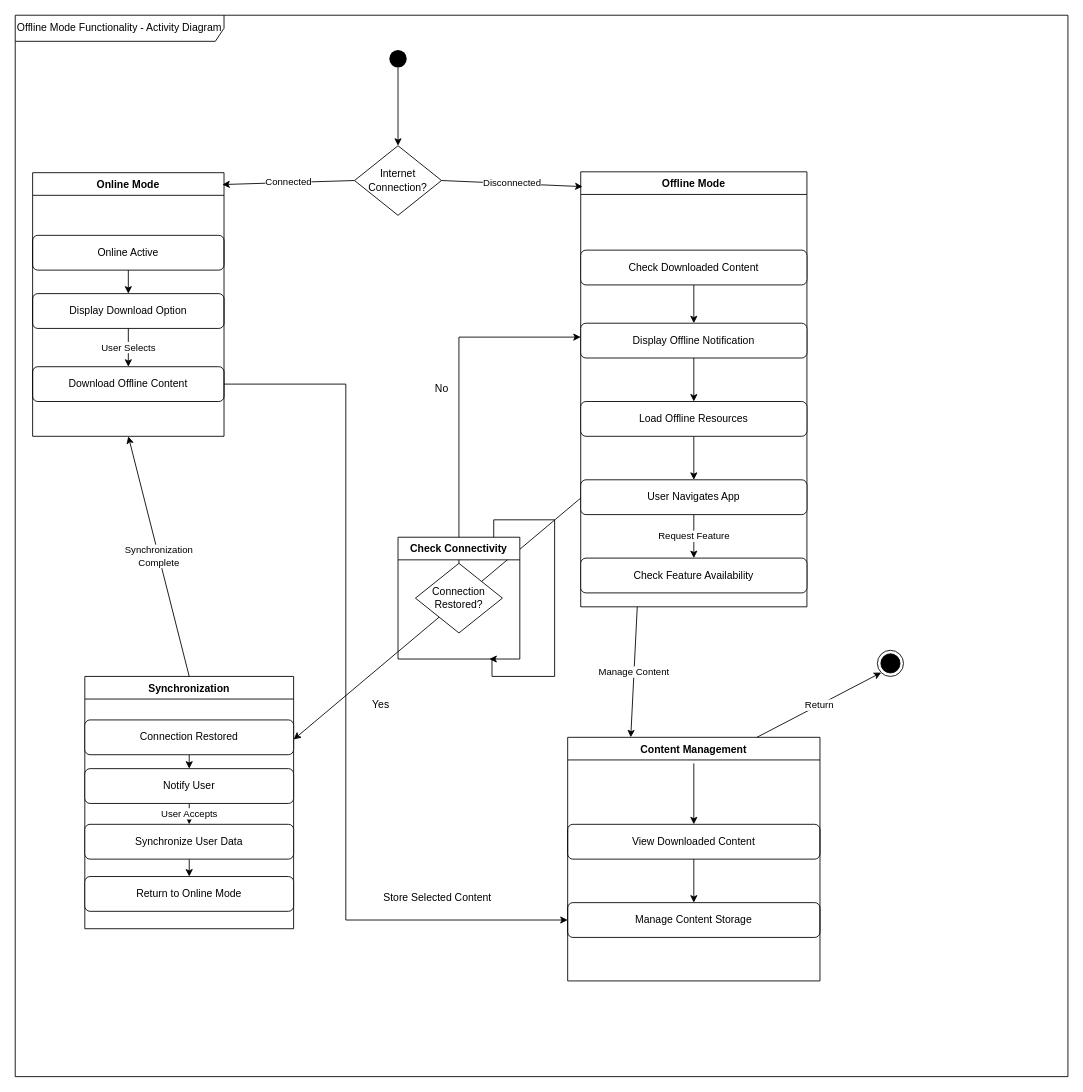
Before: Activity Diagrams/Offline Mode Functionality - Activity Diagram.drawio in gsklaven/MusePath, a draw.io diagram. Source tidied: cells renumbered, new cells numbered last; positions are measured from the earlier drawing's top-left corner, leaving out a move shared by most shapes. Both pictures are drawn from the tidied source at 87%, with x=0, y=0 at pixel (15, 15).
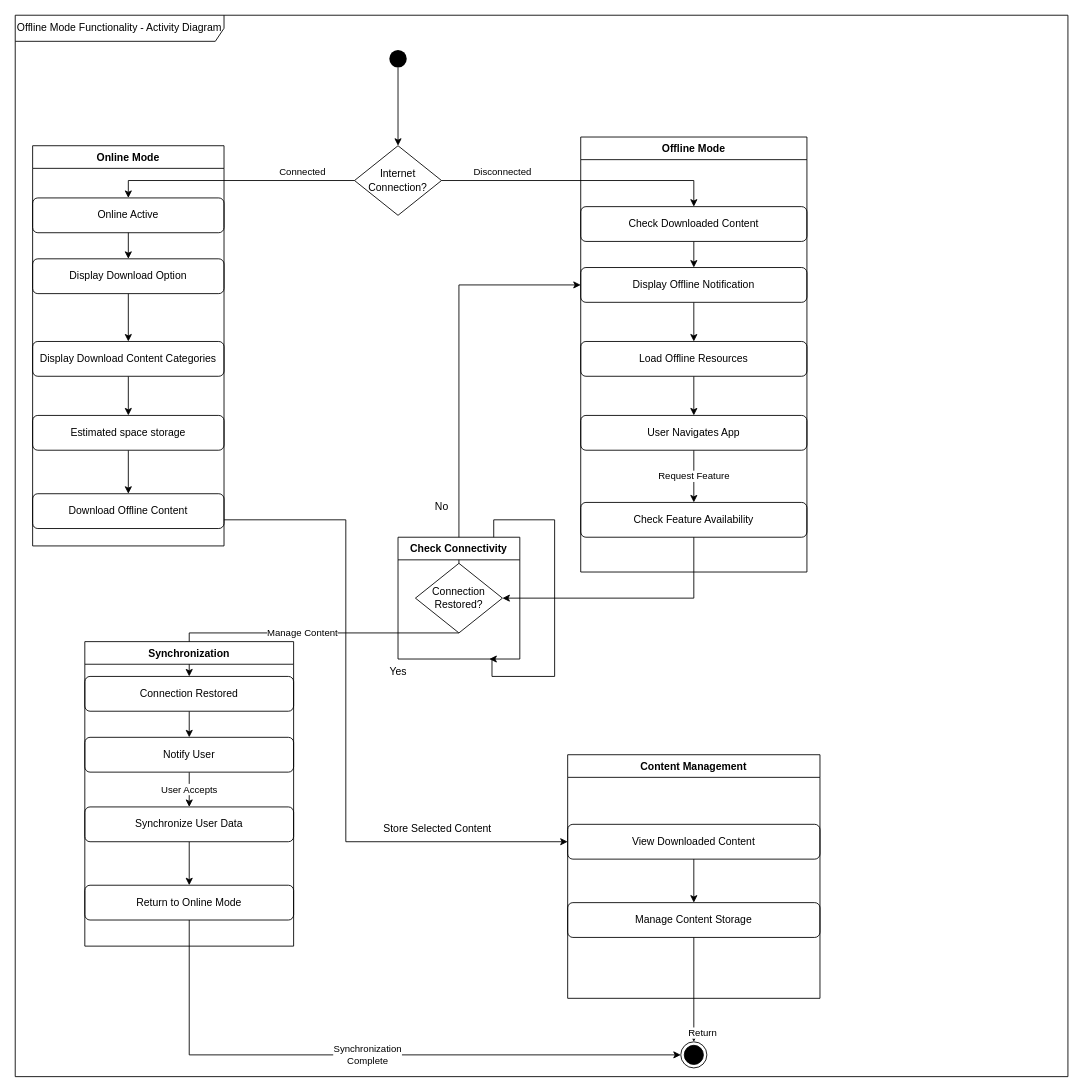
Above is the later version.

Unchanged cells that the change refers to:
```xml
<mxCell id="13" value="Manage Content Storage" style="rounded=1;whiteSpace=wrap;html=1;" parent="2" vertex="1">
  <mxGeometry x="635" y="1020" width="290" height="40" as="geometry" />
</mxCell>
<mxCell id="14" value="View Downloaded Content" style="rounded=1;whiteSpace=wrap;html=1;" parent="2" vertex="1">
  <mxGeometry x="635" y="930" width="290" height="40" as="geometry" />
</mxCell>
<mxCell id="30" value="Internet&#10;Connection?" style="rhombus;whiteSpace=wrap;html=1;" parent="2" vertex="1">
  <mxGeometry x="390" y="150" width="100" height="80" as="geometry" />
</mxCell>
<mxCell id="42" value="Connection&lt;br&gt;Restored?" style="rhombus;whiteSpace=wrap;html=1;" parent="2" vertex="1">
  <mxGeometry x="460" y="630" width="100" height="80" as="geometry" />
</mxCell>
```

Diff of the diagram source:
```diff
@@
-    <mxCell id="0" />
-    <mxCell id="1" parent="0" />
+    <mxCell id="50" />
+    <mxCell id="51" parent="50" />
-    <mxCell id="2" value="Offline Mode Functionality - Activity Diagram" style="shape=umlFrame;whiteSpace=wrap;html=1;width=240;height=30;" parent="1" vertex="1">
+    <mxCell id="2" value="Offline Mode Functionality - Activity Diagram" style="shape=umlFrame;whiteSpace=wrap;html=1;width=240;height=30;" parent="51" vertex="1">
       <mxGeometry width="1210" height="1220" as="geometry" />
     </mxCell>
-    <mxCell id="3" value="Offline Mode" style="swimlane;fontStyle=1;align=center;verticalAlign=top;horizontal=1;startSize=26;" parent="2" vertex="1">
-      <mxGeometry x="650" y="180" width="260" height="500" as="geometry" />
-    </mxCell>
     <mxCell id="4" value="Check Feature Availability" style="rounded=1;whiteSpace=wrap;html=1;" parent="2" vertex="1">
-      <mxGeometry x="650" y="624" width="260" height="40" as="geometry" />
+      <mxGeometry x="650" y="560" width="260" height="40" as="geometry" />
     </mxCell>
@@
     <mxCell id="6" value="User Navigates App" style="rounded=1;whiteSpace=wrap;html=1;" parent="2" vertex="1">
-      <mxGeometry x="650" y="534" width="260" height="40" as="geometry" />
+      <mxGeometry x="650" y="460" width="260" height="40" as="geometry" />
     </mxCell>
@@
     <mxCell id="8" value="Load Offline Resources" style="rounded=1;whiteSpace=wrap;html=1;" parent="2" vertex="1">
-      <mxGeometry x="650" y="444" width="260" height="40" as="geometry" />
+      <mxGeometry x="650" y="375" width="260" height="40" as="geometry" />
     </mxCell>
@@
     <mxCell id="10" value="Display Offline Notification" style="rounded=1;whiteSpace=wrap;html=1;" parent="2" vertex="1">
-      <mxGeometry x="650" y="354" width="260" height="40" as="geometry" />
+      <mxGeometry x="650" y="290" width="260" height="40" as="geometry" />
     </mxCell>
@@
     <mxCell id="12" value="Check Downloaded Content" style="rounded=1;whiteSpace=wrap;html=1;" parent="2" vertex="1">
-      <mxGeometry x="650" y="270" width="260" height="40" as="geometry" />
+      <mxGeometry x="650" y="220" width="260" height="40" as="geometry" />
     </mxCell>
@@
-    <mxCell id="16" value="Content Management" style="swimlane;fontStyle=1;align=center;verticalAlign=top;horizontal=1;startSize=26;" parent="2" vertex="1">
-      <mxGeometry x="635" y="830" width="290" height="280" as="geometry" />
-    </mxCell>
-    <mxCell id="17" value="Manage Content" style="endArrow=classic;html=1;rounded=0;exitX=0.25;exitY=1;exitDx=0;exitDy=0;entryX=0.25;entryY=0;entryDx=0;entryDy=0;" parent="2" edge="1" source="3" target="16">
-      <mxGeometry relative="1" as="geometry" />
+    <mxCell id="17" value="Manage Content" style="endArrow=classic;html=1;rounded=0;entryX=0.5;entryY=0;entryDx=0;entryDy=0;" parent="2" edge="1" target="41">
+      <mxGeometry relative="1" as="geometry">
+        <mxPoint x="510" y="710" as="sourcePoint" />
+        <Array as="points">
+          <mxPoint x="200" y="710" />
+        </Array>
+      </mxGeometry>
     </mxCell>
-    <mxCell id="18" style="endArrow=classic;html=1;rounded=0;entryX=0.5;entryY=0;entryDx=0;entryDy=0;" parent="2" edge="1" target="14">
-      <mxGeometry relative="1" as="geometry">
-        <mxPoint x="780" y="860" as="sourcePoint" />
-      </mxGeometry>
-    </mxCell>
-    <mxCell id="19" value="Return" style="endArrow=classic;html=1;rounded=0;exitX=0.75;exitY=0;exitDx=0;exitDy=0;entryX=0;entryY=1;entryDx=0;entryDy=0;" parent="2" edge="1" source="16" target="47">
-      <mxGeometry relative="1" as="geometry" />
+    <mxCell id="19" value="Return" style="endArrow=classic;html=1;rounded=0;exitX=0.5;exitY=1;exitDx=0;exitDy=0;entryX=0.5;entryY=0;entryDx=0;entryDy=0;" parent="2" edge="1" source="13" target="56">
+      <mxGeometry x="0.83" y="10" relative="1" as="geometry" />
     </mxCell>
-    <mxCell id="20" value="Synchronization" style="swimlane;fontStyle=1;align=center;verticalAlign=top;horizontal=1;startSize=26;" parent="2" vertex="1">
-      <mxGeometry x="80" y="760" width="240" height="290" as="geometry" />
-    </mxCell>
-    <mxCell id="21" style="endArrow=classic;html=1;rounded=0;exitX=0;exitY=0.75;exitDx=0;exitDy=0;entryX=1;entryY=0.25;entryDx=0;entryDy=0;" parent="2" edge="1" source="3" target="20">
-      <mxGeometry x="0.05" y="-66" relative="1" as="geometry" />
-    </mxCell>
-    <mxCell id="22" style="edgeStyle=orthogonalEdgeStyle;rounded=0;jettySize=auto;html=1;entryX=0;entryY=0.5;entryDx=0;entryDy=0;" parent="2" edge="1" source="23" target="13">
-      <mxGeometry relative="1" as="geometry">
-        <Array as="points">
-          <mxPoint x="380" y="424" />
-          <mxPoint x="380" y="1040" />
-        </Array>
-      </mxGeometry>
-    </mxCell>
+    <mxCell id="52" style="endArrow=classic;html=1;rounded=0;exitX=0.5;exitY=1;exitDx=0;exitDy=0;entryX=1;entryY=0.5;entryDx=0;entryDy=0;" parent="2" edge="1" source="4" target="42">
+      <mxGeometry x="0.05" y="-66" relative="1" as="geometry">
+        <Array as="points">
+          <mxPoint x="780" y="670" />
+        </Array>
+      </mxGeometry>
+    </mxCell>
+    <mxCell id="53" style="edgeStyle=orthogonalEdgeStyle;rounded=0;jettySize=auto;html=1;entryX=0;entryY=0.5;entryDx=0;entryDy=0;" parent="2" edge="1" source="23" target="14">
+      <mxGeometry relative="1" as="geometry">
+        <Array as="points">
+          <mxPoint x="380" y="580" />
+          <mxPoint x="380" y="950" />
+        </Array>
+      </mxGeometry>
+    </mxCell>
     <mxCell id="23" value="Download Offline Content" style="rounded=1;whiteSpace=wrap;html=1;" parent="2" vertex="1">
-      <mxGeometry x="20" y="404" width="220" height="40" as="geometry" />
+      <mxGeometry x="20" y="550" width="220" height="40" as="geometry" />
     </mxCell>
+    <mxCell id="54" style="edgeStyle=orthogonalEdgeStyle;rounded=0;jettySize=auto;html=1;entryX=0.5;entryY=0;entryDx=0;entryDy=0;" parent="2" edge="1" source="24" target="59">
+      <mxGeometry relative="1" as="geometry" />
+    </mxCell>
     <mxCell id="24" value="Display Download Option" style="rounded=1;whiteSpace=wrap;html=1;" parent="2" vertex="1">
-      <mxGeometry x="20" y="320" width="220" height="40" as="geometry" />
+      <mxGeometry x="20" y="280" width="220" height="40" as="geometry" />
     </mxCell>
-    <mxCell id="25" value="User Selects" style="endArrow=classic;html=1;rounded=0;exitX=0.5;exitY=1;exitDx=0;exitDy=0;entryX=0.5;entryY=0;entryDx=0;entryDy=0;" parent="2" edge="1" source="24" target="23">
-      <mxGeometry relative="1" as="geometry" />
-    </mxCell>
+    <mxCell id="55" style="endArrow=classic;html=1;rounded=0;exitX=0.5;exitY=1;exitDx=0;exitDy=0;" parent="2" edge="1" source="60" target="23">
+      <mxGeometry relative="1" as="geometry" />
+    </mxCell>
     <mxCell id="26" value="Online Active" style="rounded=1;whiteSpace=wrap;html=1;" parent="2" vertex="1">
-      <mxGeometry x="20" y="253" width="220" height="40" as="geometry" />
+      <mxGeometry x="20" y="210" width="220" height="40" as="geometry" />
     </mxCell>
@@
-    <mxCell id="28" value="Online Mode" style="swimlane;fontStyle=1;align=center;verticalAlign=top;horizontal=1;startSize=26;" parent="2" vertex="1">
-      <mxGeometry x="20" y="181" width="220" height="303" as="geometry" />
-    </mxCell>
-    <mxCell id="29" value="Synchronization&#10;Complete" style="endArrow=classic;html=1;rounded=0;exitX=0.5;exitY=0;exitDx=0;exitDy=0;entryX=0.5;entryY=1;entryDx=0;entryDy=0;" parent="2" edge="1" source="20" target="28">
-      <mxGeometry relative="1" as="geometry" />
-    </mxCell>
@@
-    <mxCell id="31" value="Connected" style="endArrow=classic;html=1;rounded=0;exitX=0;exitY=0.5;exitDx=0;exitDy=0;entryX=0.991;entryY=0.045;entryDx=0;entryDy=0;entryPerimeter=0;" parent="2" edge="1" source="30" target="28">
-      <mxGeometry relative="1" as="geometry" />
-    </mxCell>
-    <mxCell id="32" value="Disconnected" style="endArrow=classic;html=1;rounded=0;exitX=1;exitY=0.5;exitDx=0;exitDy=0;entryX=0.008;entryY=0.034;entryDx=0;entryDy=0;entryPerimeter=0;" parent="2" edge="1" source="30" target="3">
-      <mxGeometry relative="1" as="geometry" />
+    <mxCell id="32" value="Disconnected" style="endArrow=classic;html=1;rounded=0;exitX=1;exitY=0.5;exitDx=0;exitDy=0;entryX=0.5;entryY=0;entryDx=0;entryDy=0;" parent="2" edge="1" source="30" target="12">
+      <mxGeometry x="-0.56" y="10" relative="1" as="geometry">
+        <Array as="points">
+          <mxPoint x="780" y="190" />
+        </Array>
+      </mxGeometry>
     </mxCell>
@@
     <mxCell id="35" value="Return to Online Mode" style="rounded=1;whiteSpace=wrap;html=1;" parent="2" vertex="1">
-      <mxGeometry x="80" y="990" width="240" height="40" as="geometry" />
+      <mxGeometry x="80" y="1000" width="240" height="40" as="geometry" />
     </mxCell>
@@
     <mxCell id="37" value="Synchronize User Data" style="rounded=1;whiteSpace=wrap;html=1;" parent="2" vertex="1">
-      <mxGeometry x="80" y="930" width="240" height="40" as="geometry" />
+      <mxGeometry x="80" y="910" width="240" height="40" as="geometry" />
     </mxCell>
@@
     <mxCell id="39" value="Notify User" style="rounded=1;whiteSpace=wrap;html=1;" parent="2" vertex="1">
-      <mxGeometry x="80" y="866" width="240" height="40" as="geometry" />
+      <mxGeometry x="80" y="830" width="240" height="40" as="geometry" />
     </mxCell>
@@
     <mxCell id="41" value="Connection Restored" style="rounded=1;whiteSpace=wrap;html=1;" parent="2" vertex="1">
-      <mxGeometry x="80" y="810" width="240" height="40" as="geometry" />
+      <mxGeometry x="80" y="760" width="240" height="40" as="geometry" />
     </mxCell>
@@
-    <mxCell id="43" style="edgeStyle=orthogonalEdgeStyle;rounded=0;jettySize=auto;html=1;" parent="2" edge="1" source="42" target="10">
+    <mxCell id="43" style="edgeStyle=orthogonalEdgeStyle;rounded=0;jettySize=auto;html=1;entryX=0;entryY=0.5;entryDx=0;entryDy=0;" parent="2" edge="1" source="42" target="10">
       <mxGeometry relative="1" as="geometry">
         <Array as="points">
-          <mxPoint x="510" y="370" />
+          <mxPoint x="510" y="310" />
         </Array>
       </mxGeometry>
     </mxCell>
     <mxCell id="44" value="No" style="text;html=1;align=center;verticalAlign=middle;strokeColor=none;fillColor=none;" parent="2" vertex="1">
-      <mxGeometry x="470" y="415" width="40" height="30" as="geometry" />
+      <mxGeometry x="470" y="550" width="40" height="30" as="geometry" />
     </mxCell>
@@
-    <mxCell id="47" style="ellipse;html=1;shape=endState;fillColor=strokeColor;" parent="2" vertex="1">
-      <mxGeometry x="991" y="730" width="30" height="30" as="geometry" />
-    </mxCell>
+    <mxCell id="56" style="ellipse;html=1;shape=endState;fillColor=strokeColor;" parent="2" vertex="1">
+      <mxGeometry x="765" y="1180" width="30" height="30" as="geometry" />
+    </mxCell>
     <mxCell id="48" value="Store Selected Content" style="text;html=1;align=center;verticalAlign=middle;strokeColor=none;fillColor=none;" parent="2" vertex="1">
-      <mxGeometry x="410" y="1000" width="150" height="30" as="geometry" />
+      <mxGeometry x="410" y="920" width="150" height="30" as="geometry" />
     </mxCell>
-    <mxCell id="49" value="Yes" style="text;html=1;align=center;verticalAlign=middle;strokeColor=none;fillColor=none;" parent="1" vertex="1">
-      <mxGeometry x="400" y="778" width="40" height="30" as="geometry" />
+    <mxCell id="49" value="Yes" style="text;html=1;align=center;verticalAlign=middle;strokeColor=none;fillColor=none;" parent="2" vertex="1">
+      <mxGeometry x="420" y="740" width="40" height="30" as="geometry" />
     </mxCell>
+    <mxCell id="57" style="edgeStyle=orthogonalEdgeStyle;rounded=0;orthogonalLoop=1;jettySize=auto;html=1;exitX=0.5;exitY=1;exitDx=0;exitDy=0;" parent="2" edge="1" source="23" target="23">
+      <mxGeometry relative="1" as="geometry" />
+    </mxCell>
+    <mxCell id="31" value="Connected" style="endArrow=classic;html=1;rounded=0;exitX=0;exitY=0.5;exitDx=0;exitDy=0;entryX=0.5;entryY=0;entryDx=0;entryDy=0;" parent="2" edge="1" source="30" target="26">
+      <mxGeometry x="-0.57" y="-10" relative="1" as="geometry">
+        <Array as="points">
+          <mxPoint x="130" y="190" />
+        </Array>
+      </mxGeometry>
+    </mxCell>
+    <mxCell id="58" style="edgeStyle=orthogonalEdgeStyle;rounded=0;jettySize=auto;html=1;entryX=0.5;entryY=0;entryDx=0;entryDy=0;" parent="2" edge="1" source="59" target="60">
+      <mxGeometry relative="1" as="geometry" />
+    </mxCell>
+    <mxCell id="59" value="Display Download Content Categories" style="rounded=1;whiteSpace=wrap;html=1;" parent="2" vertex="1">
+      <mxGeometry x="20" y="375" width="220" height="40" as="geometry" />
+    </mxCell>
+    <mxCell id="60" value="Estimated space storage" style="rounded=1;whiteSpace=wrap;html=1;" parent="2" vertex="1">
+      <mxGeometry x="20" y="460" width="220" height="40" as="geometry" />
+    </mxCell>
+    <mxCell id="29" value="Synchronization&#10;Complete" style="endArrow=classic;html=1;rounded=0;exitX=0.5;exitY=1;exitDx=0;exitDy=0;entryX=0;entryY=0.5;entryDx=0;entryDy=0;" parent="2" edge="1" source="35" target="56">
+      <mxGeometry relative="1" as="geometry">
+        <Array as="points">
+          <mxPoint x="200" y="1195" />
+        </Array>
+      </mxGeometry>
+    </mxCell>
+    <mxCell id="16" value="Content Management" style="swimlane;fontStyle=1;align=center;verticalAlign=top;horizontal=1;startSize=26;" parent="2" vertex="1">
+      <mxGeometry x="635" y="850" width="290" height="280" as="geometry" />
+    </mxCell>
+    <mxCell id="20" value="Synchronization" style="swimlane;fontStyle=1;align=center;verticalAlign=top;horizontal=1;startSize=26;" parent="2" vertex="1">
+      <mxGeometry x="80" y="720" width="240" height="350" as="geometry" />
+    </mxCell>
+    <mxCell id="28" value="Online Mode" style="swimlane;fontStyle=1;align=center;verticalAlign=top;horizontal=1;startSize=26;" parent="2" vertex="1">
+      <mxGeometry x="20" y="150" width="220" height="460" as="geometry" />
+    </mxCell>
+    <mxCell id="3" value="Offline Mode" style="swimlane;fontStyle=1;align=center;verticalAlign=top;horizontal=1;startSize=26;" parent="2" vertex="1">
+      <mxGeometry x="650" y="140" width="260" height="500" as="geometry" />
+    </mxCell>
```
